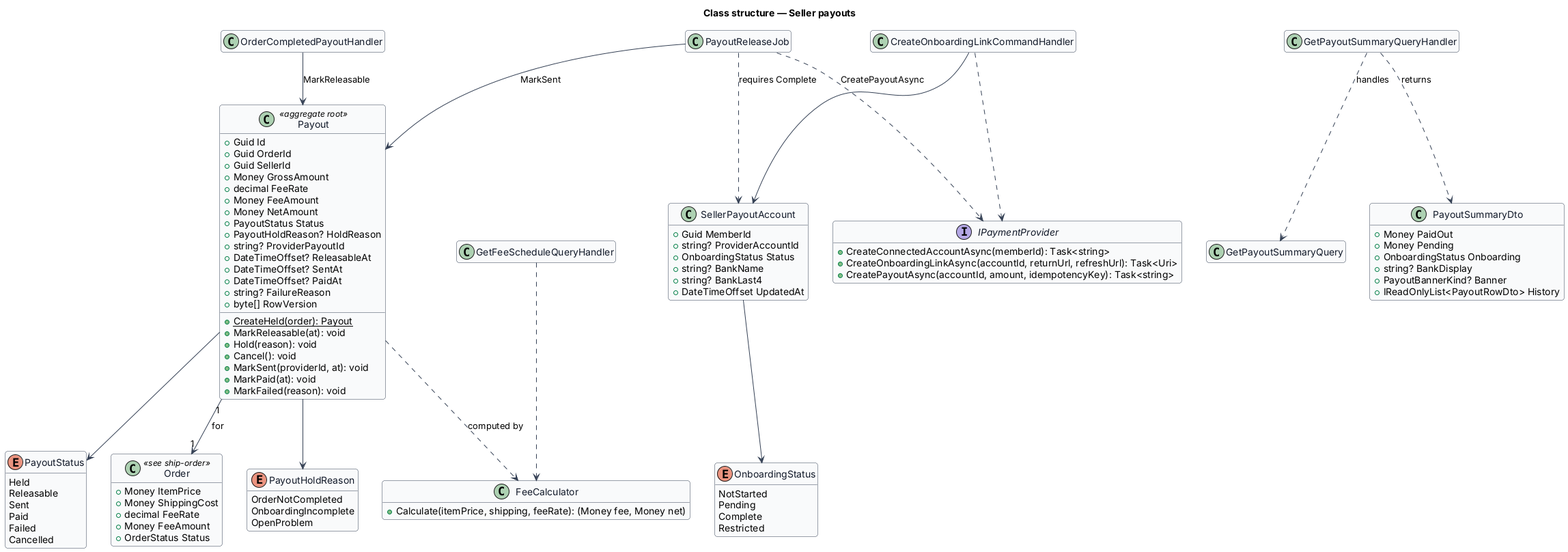
Earlier version of the PlantUML export docs/detailed-designs/orders/seller-payouts/diagrams/class-structure.png (QuinntyneBrown/12l).
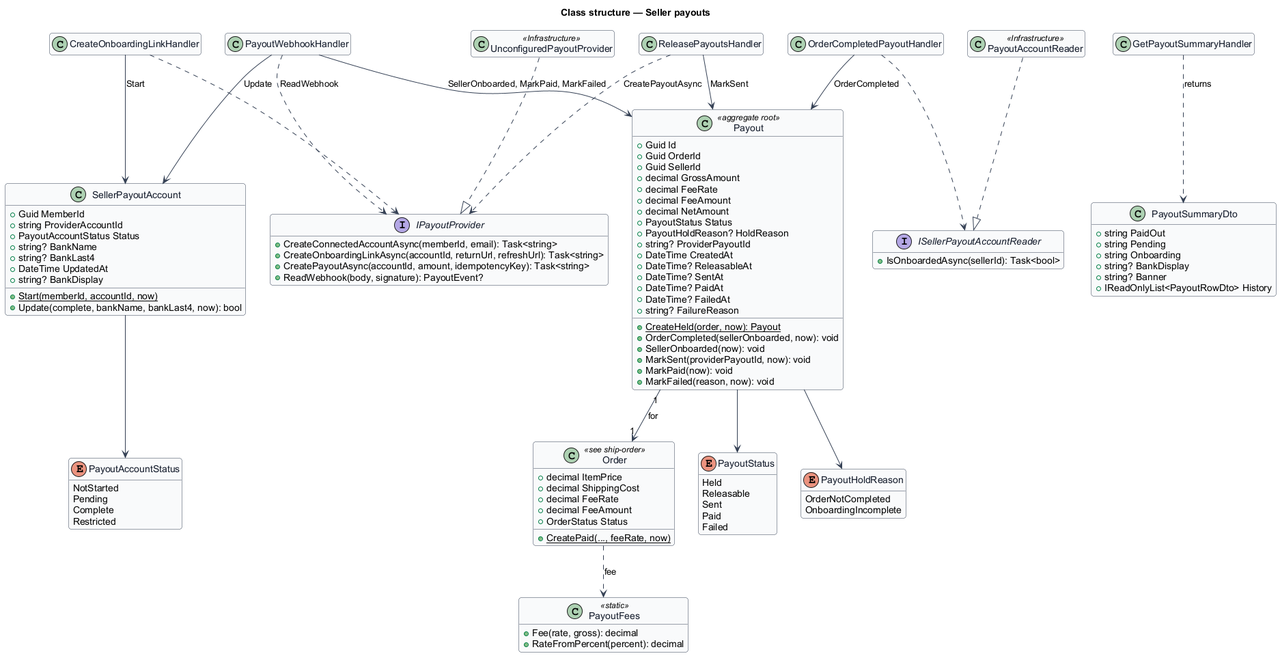
The same diagram one commit later.

Diff of the diagram source:
```diff
@@ -18,14 +18,12 @@
   Sent
   Paid
   Failed
-  Cancelled
 }
 enum PayoutHoldReason {
   OrderNotCompleted
   OnboardingIncomplete
-  OpenProblem
 }
-enum OnboardingStatus {
+enum PayoutAccountStatus {
   NotStarted
   Pending
   Complete
@@ -35,75 +33,88 @@
   +Guid Id
   +Guid OrderId
   +Guid SellerId
-  +Money GrossAmount
+  +decimal GrossAmount
   +decimal FeeRate
-  +Money FeeAmount
-  +Money NetAmount
+  +decimal FeeAmount
+  +decimal NetAmount
   +PayoutStatus Status
   +PayoutHoldReason? HoldReason
   +string? ProviderPayoutId
-  +DateTimeOffset? ReleasableAt
-  +DateTimeOffset? SentAt
-  +DateTimeOffset? PaidAt
+  +DateTime CreatedAt
+  +DateTime? ReleasableAt
+  +DateTime? SentAt
+  +DateTime? PaidAt
+  +DateTime? FailedAt
   +string? FailureReason
-  +byte[] RowVersion
-  +{static} CreateHeld(order): Payout
-  +MarkReleasable(at): void
-  +Hold(reason): void
-  +Cancel(): void
-  +MarkSent(providerId, at): void
-  +MarkPaid(at): void
-  +MarkFailed(reason): void
+  +{static} CreateHeld(order, now): Payout
+  +OrderCompleted(sellerOnboarded, now): void
+  +SellerOnboarded(now): void
+  +MarkSent(providerPayoutId, now): void
+  +MarkPaid(now): void
+  +MarkFailed(reason, now): void
 }
 class SellerPayoutAccount {
   +Guid MemberId
-  +string? ProviderAccountId
-  +OnboardingStatus Status
+  +string ProviderAccountId
+  +PayoutAccountStatus Status
   +string? BankName
   +string? BankLast4
-  +DateTimeOffset UpdatedAt
+  +DateTime UpdatedAt
+  +string? BankDisplay
+  +{static} Start(memberId, accountId, now)
+  +Update(complete, bankName, bankLast4, now): bool
 }
-class FeeCalculator {
-  +Calculate(itemPrice, shipping, feeRate): (Money fee, Money net)
+class PayoutFees <<static>> {
+  +Fee(rate, gross): decimal
+  +RateFromPercent(percent): decimal
 }
 class Order <<see ship-order>> {
-  +Money ItemPrice
-  +Money ShippingCost
+  +decimal ItemPrice
+  +decimal ShippingCost
   +decimal FeeRate
-  +Money FeeAmount
+  +decimal FeeAmount
   +OrderStatus Status
+  +{static} CreatePaid(..., feeRate, now)
 }
-interface IPaymentProvider {
-  +CreateConnectedAccountAsync(memberId): Task<string>
-  +CreateOnboardingLinkAsync(accountId, returnUrl, refreshUrl): Task<Uri>
+interface IPayoutProvider {
+  +CreateConnectedAccountAsync(memberId, email): Task<string>
+  +CreateOnboardingLinkAsync(accountId, returnUrl, refreshUrl): Task<string>
   +CreatePayoutAsync(accountId, amount, idempotencyKey): Task<string>
+  +ReadWebhook(body, signature): PayoutEvent?
 }
-class GetPayoutSummaryQuery
-class GetPayoutSummaryQueryHandler
+interface ISellerPayoutAccountReader {
+  +IsOnboardedAsync(sellerId): Task<bool>
+}
 class PayoutSummaryDto {
-  +Money PaidOut
-  +Money Pending
-  +OnboardingStatus Onboarding
+  +string PaidOut
+  +string Pending
+  +string Onboarding
   +string? BankDisplay
-  +PayoutBannerKind? Banner
+  +string? Banner
   +IReadOnlyList<PayoutRowDto> History
 }
-class CreateOnboardingLinkCommandHandler
-class GetFeeScheduleQueryHandler
+class GetPayoutSummaryHandler
+class CreateOnboardingLinkHandler
+class PayoutWebhookHandler
 class OrderCompletedPayoutHandler
-class PayoutReleaseJob
+class ReleasePayoutsHandler
+class PayoutAccountReader <<Infrastructure>>
+class UnconfiguredPayoutProvider <<Infrastructure>>
 Payout --> PayoutStatus
 Payout --> PayoutHoldReason
 Payout "1" --> "1" Order : for
-SellerPayoutAccount --> OnboardingStatus
-Payout ..> FeeCalculator : computed by
-GetPayoutSummaryQueryHandler ..> GetPayoutSummaryQuery : handles
-GetPayoutSummaryQueryHandler ..> PayoutSummaryDto : returns
-CreateOnboardingLinkCommandHandler ..> IPaymentProvider
-CreateOnboardingLinkCommandHandler --> SellerPayoutAccount
-OrderCompletedPayoutHandler --> Payout : MarkReleasable
-PayoutReleaseJob --> Payout : MarkSent
-PayoutReleaseJob ..> SellerPayoutAccount : requires Complete
-PayoutReleaseJob ..> IPaymentProvider : CreatePayoutAsync
-GetFeeScheduleQueryHandler ..> FeeCalculator
+SellerPayoutAccount --> PayoutAccountStatus
+Order ..> PayoutFees : fee
+GetPayoutSummaryHandler ..> PayoutSummaryDto : returns
+CreateOnboardingLinkHandler ..> IPayoutProvider
+CreateOnboardingLinkHandler --> SellerPayoutAccount : Start
+PayoutWebhookHandler ..> IPayoutProvider : ReadWebhook
+PayoutWebhookHandler --> SellerPayoutAccount : Update
+PayoutWebhookHandler --> Payout : SellerOnboarded, MarkPaid, MarkFailed
+OrderCompletedPayoutHandler --> Payout : OrderCompleted
+OrderCompletedPayoutHandler ..> ISellerPayoutAccountReader
+ReleasePayoutsHandler --> Payout : MarkSent
+ReleasePayoutsHandler ..> IPayoutProvider : CreatePayoutAsync
+PayoutAccountReader ..|> ISellerPayoutAccountReader
+UnconfiguredPayoutProvider ..|> IPayoutProvider
 @enduml
```
